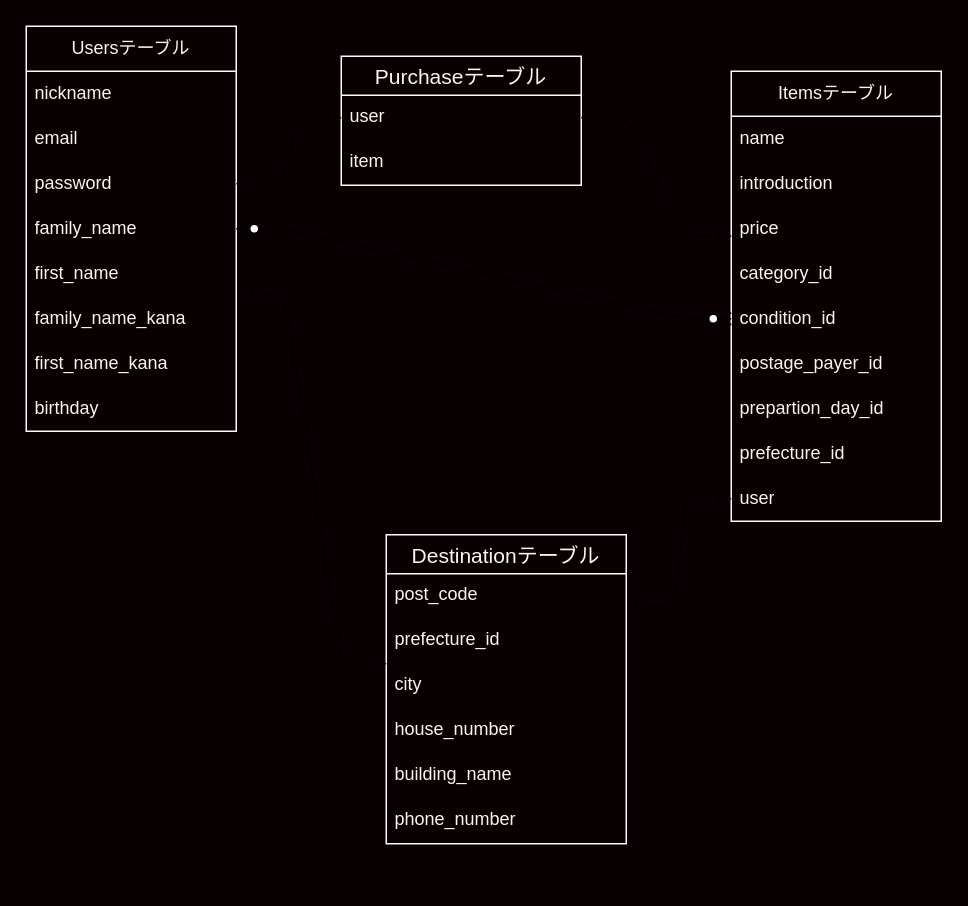
The draw.io diagram ER.dio in norifumi0129/furima-40023, before the edit. Source tidied: cells renumbered, new cells numbered last; positions are measured from the earlier drawing's top-left corner, leaving out a move shared by most shapes. Both pictures are drawn from the tidied source at 150%, with x=0, y=0 at pixel (26, 26).
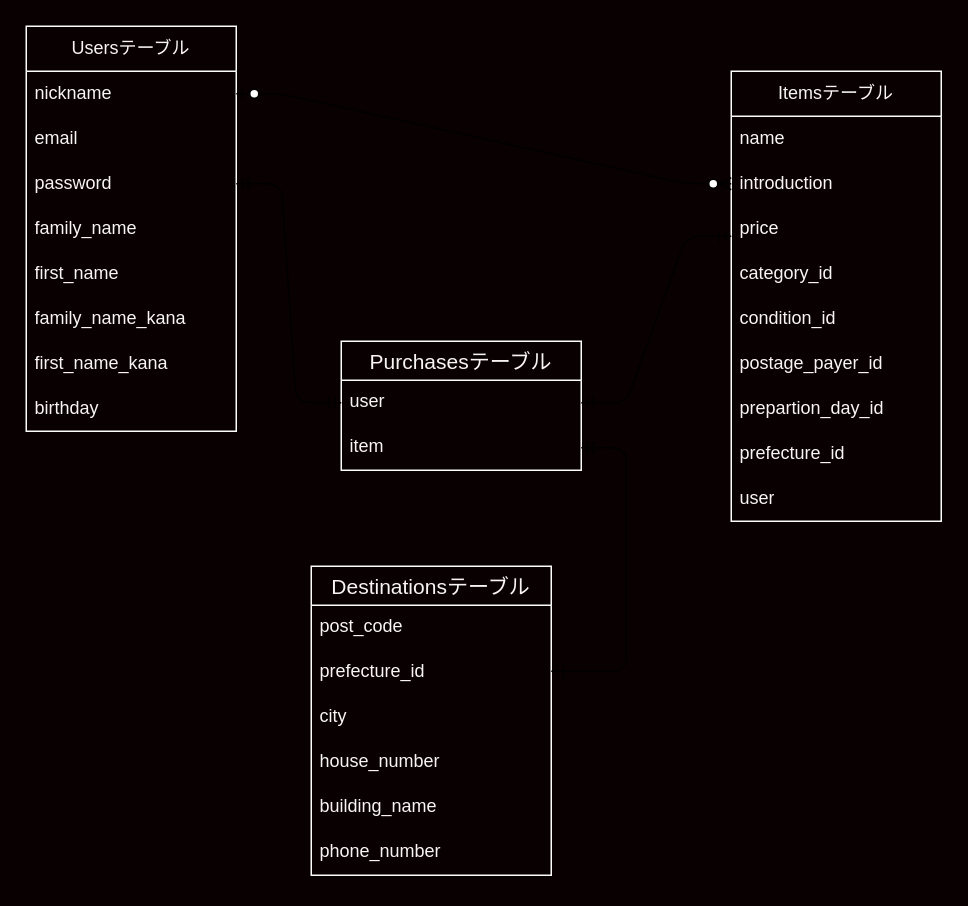
Above is the later version.

Unchanged cells that the change refers to:
```xml
<mxCell id="3" value="nickname" style="text;strokeColor=none;fillColor=none;align=left;verticalAlign=middle;spacingLeft=4;spacingRight=4;overflow=hidden;points=[[0,0.5],[1,0.5]];portConstraint=eastwest;whiteSpace=wrap;html=1;labelBackgroundColor=none;labelBorderColor=none;fontSize=12;fontColor=#f9f5f5;" parent="2" vertex="1">
  <mxGeometry y="30" width="140" height="30" as="geometry" />
</mxCell>
<mxCell id="6" value="family_name" style="text;strokeColor=none;fillColor=none;align=left;verticalAlign=middle;spacingLeft=4;spacingRight=4;overflow=hidden;points=[[0,0.5],[1,0.5]];portConstraint=eastwest;whiteSpace=wrap;html=1;labelBackgroundColor=none;labelBorderColor=none;fontSize=12;fontColor=#f9f5f5;" parent="2" vertex="1">
  <mxGeometry y="120" width="140" height="30" as="geometry" />
</mxCell>
<mxCell id="8" value="family_name_kana" style="text;strokeColor=none;fillColor=none;align=left;verticalAlign=middle;spacingLeft=4;spacingRight=4;overflow=hidden;points=[[0,0.5],[1,0.5]];portConstraint=eastwest;whiteSpace=wrap;html=1;labelBackgroundColor=none;labelBorderColor=none;fontSize=12;fontColor=#f9f5f5;" parent="2" vertex="1">
  <mxGeometry y="180" width="140" height="30" as="geometry" />
</mxCell>
<mxCell id="13" value="introduction" style="text;strokeColor=none;fillColor=none;align=left;verticalAlign=middle;spacingLeft=4;spacingRight=4;overflow=hidden;points=[[0,0.5],[1,0.5]];portConstraint=eastwest;whiteSpace=wrap;html=1;labelBackgroundColor=none;labelBorderColor=none;fontSize=12;fontColor=#f9f5f5;" parent="11" vertex="1">
  <mxGeometry y="60" width="140" height="30" as="geometry" />
</mxCell>
<mxCell id="16" value="condition_id" style="text;strokeColor=none;fillColor=none;align=left;verticalAlign=middle;spacingLeft=4;spacingRight=4;overflow=hidden;points=[[0,0.5],[1,0.5]];portConstraint=eastwest;whiteSpace=wrap;html=1;labelBackgroundColor=none;labelBorderColor=none;fontSize=12;fontColor=#f9f5f5;" parent="11" vertex="1">
  <mxGeometry y="150" width="140" height="30" as="geometry" />
</mxCell>
<mxCell id="20" value="user" style="text;strokeColor=none;fillColor=none;align=left;verticalAlign=middle;spacingLeft=4;spacingRight=4;overflow=hidden;points=[[0,0.5],[1,0.5]];portConstraint=eastwest;whiteSpace=wrap;html=1;labelBackgroundColor=none;labelBorderColor=none;fontSize=12;fontColor=#f9f5f5;" parent="11" vertex="1">
  <mxGeometry y="270" width="140" height="30" as="geometry" />
</mxCell>
<mxCell id="24" value="item" style="text;strokeColor=none;fillColor=none;spacingLeft=4;spacingRight=4;overflow=hidden;points=[[0,0.5],[1,0.5]];portConstraint=eastwest;fontSize=12;labelBackgroundColor=none;labelBorderColor=none;fontColor=#f9f5f5;" parent="22" vertex="1">
  <mxGeometry y="56" width="160" height="30" as="geometry" />
</mxCell>
<mxCell id="27" value="post_code" style="text;strokeColor=none;fillColor=none;spacingLeft=4;spacingRight=4;overflow=hidden;points=[[0,0.5],[1,0.5]];portConstraint=eastwest;fontSize=12;labelBackgroundColor=none;labelBorderColor=none;fontColor=#f9f5f5;" parent="26" vertex="1">
  <mxGeometry y="26" width="160" height="30" as="geometry" />
</mxCell>
<mxCell id="29" value="city" style="text;strokeColor=none;fillColor=none;spacingLeft=4;spacingRight=4;overflow=hidden;points=[[0,0.5],[1,0.5]];portConstraint=eastwest;fontSize=12;labelBackgroundColor=none;labelBorderColor=none;fontColor=#f9f5f5;" parent="26" vertex="1">
  <mxGeometry y="86" width="160" height="30" as="geometry" />
</mxCell>
```

The edit, as a diff of the source:
```diff
@@
-    <mxCell id="21" style="edgeStyle=entityRelationEdgeStyle;fontSize=12;html=1;endArrow=ERzeroToMany;startArrow=ERzeroToOne;fontColor=#f9f5f5;exitX=1;exitY=0.5;exitDx=0;exitDy=0;entryX=0;entryY=0.5;entryDx=0;entryDy=0;" parent="1" edge="1" source="6" target="16">
+    <mxCell id="21" style="edgeStyle=entityRelationEdgeStyle;fontSize=12;html=1;endArrow=ERzeroToMany;startArrow=ERzeroToOne;fontColor=#f9f5f5;exitX=1;exitY=0.5;exitDx=0;exitDy=0;entryX=0;entryY=0.5;entryDx=0;entryDy=0;" parent="1" edge="1" source="3" target="13">
       <mxGeometry relative="1" as="geometry" />
     </mxCell>
-    <mxCell id="22" value="Purchaseテーブル" style="swimlane;fontStyle=0;horizontal=1;startSize=26;align=center;fontSize=14;labelBackgroundColor=none;labelBorderColor=none;strokeColor=#fcfcfc;fontColor=#f9f5f5;fillColor=none;" parent="1" vertex="1">
-      <mxGeometry x="210" y="20" width="160" height="86" as="geometry" />
+    <mxCell id="22" value="Purchasesテーブル" style="swimlane;fontStyle=0;horizontal=1;startSize=26;align=center;fontSize=14;labelBackgroundColor=none;labelBorderColor=none;strokeColor=#fcfcfc;fontColor=#f9f5f5;fillColor=none;" parent="1" vertex="1">
+      <mxGeometry x="210" y="210" width="160" height="86" as="geometry" />
     </mxCell>
@@
-    <mxCell id="26" value="Destinationテーブル" style="swimlane;fontStyle=0;horizontal=1;startSize=26;align=center;fontSize=14;labelBackgroundColor=none;labelBorderColor=none;strokeColor=#fcfcfc;fontColor=#f9f5f5;fillColor=none;" parent="1" vertex="1">
-      <mxGeometry x="240" y="339" width="160" height="206" as="geometry" />
+    <mxCell id="26" value="Destinationsテーブル" style="swimlane;fontStyle=0;horizontal=1;startSize=26;align=center;fontSize=14;labelBackgroundColor=none;labelBorderColor=none;strokeColor=#fcfcfc;fontColor=#f9f5f5;fillColor=none;" parent="1" vertex="1">
+      <mxGeometry x="190" y="360" width="160" height="206" as="geometry" />
     </mxCell>
@@
-    <mxCell id="33" style="edgeStyle=entityRelationEdgeStyle;fontSize=12;html=1;endArrow=ERmandOne;startArrow=ERmandOne;fontColor=#f9f5f5;entryX=0;entryY=0;entryDx=0;entryDy=0;entryPerimeter=0;exitX=1.017;exitY=-0.044;exitDx=0;exitDy=0;exitPerimeter=0;" parent="1" edge="1" source="8" target="29">
-      <mxGeometry relative="1" as="geometry" />
-    </mxCell>
-    <mxCell id="34" style="edgeStyle=entityRelationEdgeStyle;fontSize=12;html=1;endArrow=ERmandOne;startArrow=ERmandOne;entryX=0;entryY=0.5;entryDx=0;entryDy=0;exitX=1.013;exitY=0.733;exitDx=0;exitDy=0;exitPerimeter=0;" parent="1" edge="1" source="27" target="20">
-      <mxGeometry relative="1" as="geometry" />
-    </mxCell>
@@
+    <mxCell id="36" style="edgeStyle=entityRelationEdgeStyle;fontSize=12;html=1;endArrow=ERmandOne;startArrow=ERmandOne;" parent="1" edge="1" target="24">
+      <mxGeometry relative="1" as="geometry">
+        <mxPoint x="350" y="430" as="sourcePoint" />
+      </mxGeometry>
+    </mxCell>
```
